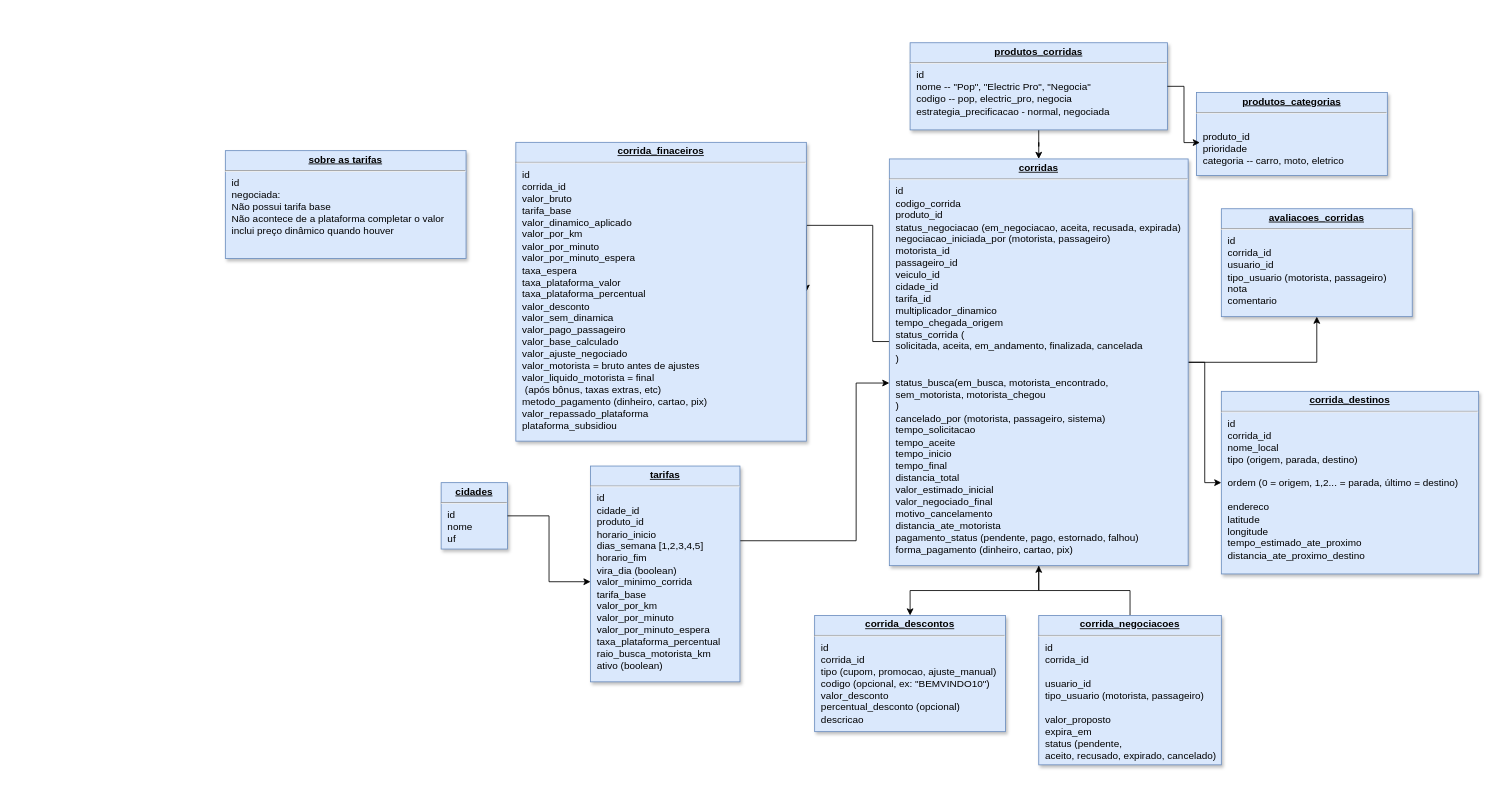
This is page "corridas" (2 of 2) of Diagrama sem nome.drawio from PnA-Publicidade/aplicativo-mobilidade-urbana-backend, a draw.io file, before an edit. Source tidied: cells renumbered, new cells numbered last; positions are measured from the earlier drawing's top-left corner, leaving out a move shared by most shapes. Both pictures are drawn from the tidied source at 83%, with x=0, y=0 at pixel (225, 42).
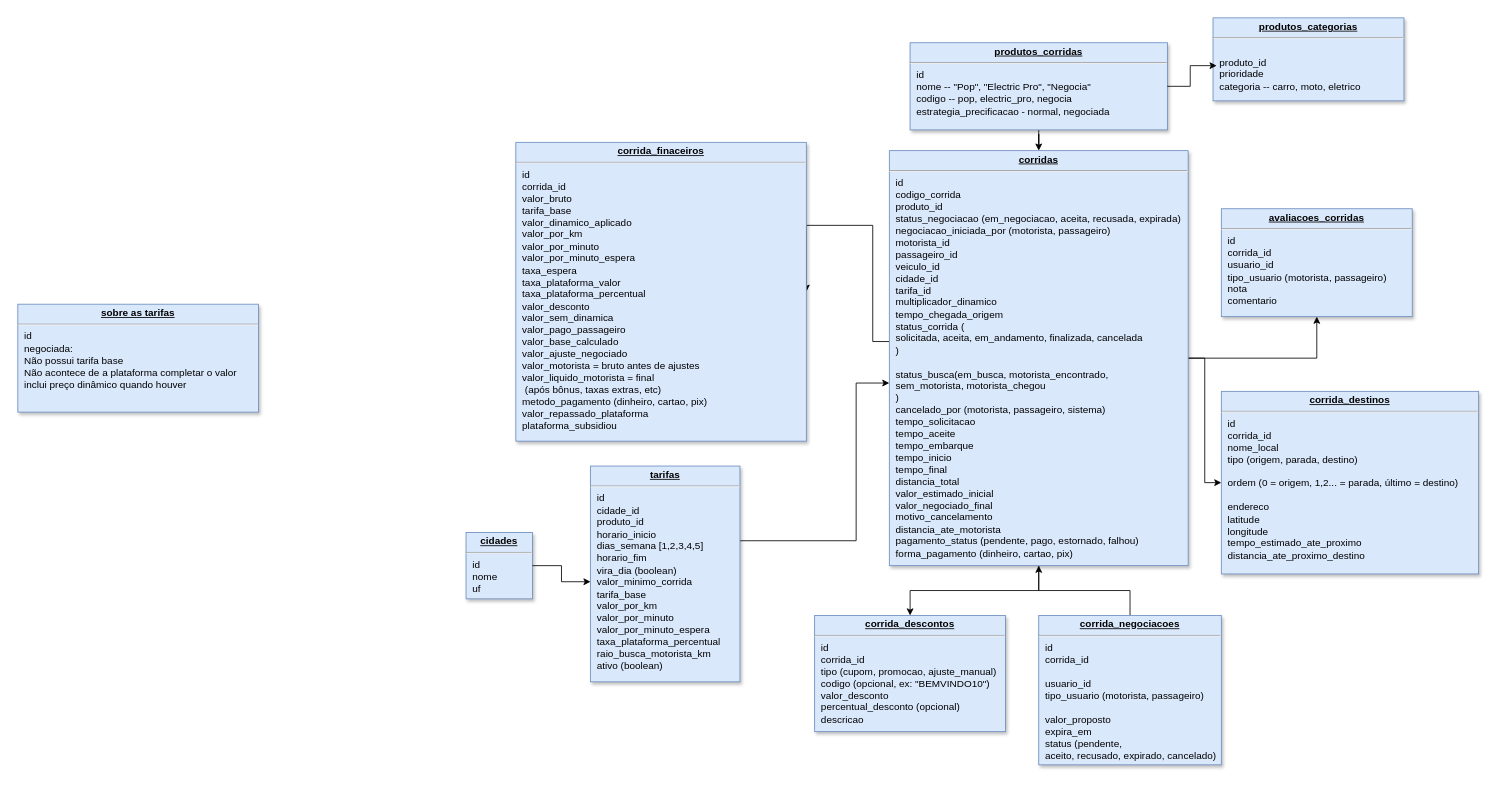
The same page after the edit.

The change refers to these unchanged cells:
```xml
<mxCell id="18" value="&lt;p style=&quot;margin: 0px ; margin-top: 4px ; text-align: center ; text-decoration: underline&quot;&gt;&lt;b&gt;produtos_corridas&lt;/b&gt;&lt;/p&gt;&lt;hr&gt;&lt;p style=&quot;margin: 0px ; margin-left: 8px&quot;&gt;id&lt;/p&gt;&lt;p style=&quot;margin: 0px ; margin-left: 8px&quot;&gt;nome                &lt;span class=&quot;ͼt&quot;&gt;-- &quot;Pop&quot;, &quot;Electric Pro&quot;, &quot;Negocia&quot;&lt;/span&gt;&lt;br&gt;codigo              &lt;span class=&quot;ͼt&quot;&gt;-- pop, electric_pro, negocia&lt;/span&gt;&lt;br&gt;estrategia_precificacao&amp;nbsp;&lt;span class=&quot;ͼt&quot;&gt;- normal, negociada&lt;/span&gt;&lt;br&gt;&lt;br&gt;&lt;br&gt;&lt;/p&gt;" style="verticalAlign=top;align=left;overflow=fill;fontSize=12;fontFamily=Helvetica;html=1;strokeColor=#6c8ebf;shadow=1;fillColor=#dae8fc;" parent="1" vertex="1">
  <mxGeometry x="825" width="310" height="105" as="geometry" />
</mxCell>
```

The edit, as a diff of the source:
```diff
@@
-    <mxCell id="6" value="&lt;p style=&quot;margin: 0px ; margin-top: 4px ; text-align: center ; text-decoration: underline&quot;&gt;&lt;b&gt;corridas&lt;/b&gt;&lt;/p&gt;&lt;hr&gt;&lt;p style=&quot;margin: 0px ; margin-left: 8px&quot;&gt;id&lt;/p&gt;&lt;p style=&quot;margin: 0px ; margin-left: 8px&quot;&gt;codigo_corrida&lt;/p&gt;&lt;p style=&quot;margin: 0px ; margin-left: 8px&quot;&gt;produto_id&lt;/p&gt;&lt;p style=&quot;margin: 0px ; margin-left: 8px&quot;&gt;status_&lt;span style=&quot;background-color: transparent; color: light-dark(rgb(0, 0, 0), rgb(255, 255, 255));&quot;&gt;negociacao&lt;/span&gt;&lt;span style=&quot;background-color: transparent; color: light-dark(rgb(0, 0, 0), rgb(255, 255, 255));&quot;&gt;&amp;nbsp;(em_negociacao, aceita, recusada, expirada)&lt;/span&gt;&lt;/p&gt;&lt;p style=&quot;margin: 0px ; margin-left: 8px&quot;&gt;negociacao_iniciada_por (motorista, passageiro)&lt;/p&gt;&lt;p style=&quot;margin: 0px ; margin-left: 8px&quot;&gt;motorista_id&lt;/p&gt;&lt;p style=&quot;margin: 0px ; margin-left: 8px&quot;&gt;passageiro_id&lt;/p&gt;&lt;p style=&quot;margin: 0px ; margin-left: 8px&quot;&gt;veiculo_id&amp;nbsp;&lt;/p&gt;&lt;p style=&quot;margin: 0px ; margin-left: 8px&quot;&gt;cidade_id&lt;/p&gt;&lt;p style=&quot;margin: 0px ; margin-left: 8px&quot;&gt;tarifa_id&lt;/p&gt;&lt;p style=&quot;margin: 0px ; margin-left: 8px&quot;&gt;multiplicador_dinamico&lt;/p&gt;&lt;p style=&quot;margin: 0px ; margin-left: 8px&quot;&gt;tempo_chegada_origem&lt;/p&gt;&lt;p style=&quot;margin: 0px ; margin-left: 8px&quot;&gt;status_&lt;span style=&quot;background-color: transparent; color: light-dark(rgb(0, 0, 0), rgb(255, 255, 255));&quot;&gt;corrida&lt;/span&gt;&lt;span style=&quot;background-color: transparent; color: light-dark(rgb(0, 0, 0), rgb(255, 255, 255));&quot;&gt;&amp;nbsp;(&lt;/span&gt;&lt;/p&gt;&lt;p style=&quot;margin: 0px ; margin-left: 8px&quot;&gt;solicitada, aceita, em_andamento, finalizada, cancelada&lt;/p&gt;&lt;p style=&quot;margin: 0px ; margin-left: 8px&quot;&gt;)&lt;/p&gt;&lt;p style=&quot;margin: 0px ; margin-left: 8px&quot;&gt;&lt;br&gt;&lt;/p&gt;&lt;p style=&quot;margin: 0px 0px 0px 8px;&quot;&gt;status_busca&lt;span style=&quot;background-color: transparent; color: light-dark(rgb(0, 0, 0), rgb(255, 255, 255));&quot;&gt;(&lt;/span&gt;&lt;span style=&quot;background-color: transparent; color: light-dark(rgb(0, 0, 0), rgb(255, 255, 255));&quot;&gt;em_busca,&amp;nbsp;&lt;/span&gt;&lt;span style=&quot;background-color: transparent; color: light-dark(rgb(0, 0, 0), rgb(255, 255, 255));&quot;&gt;motorista_encontrado,&lt;/span&gt;&lt;span style=&quot;background-color: transparent; color: light-dark(rgb(0, 0, 0), rgb(255, 255, 255));&quot;&gt;&amp;nbsp;&lt;/span&gt;&lt;/p&gt;&lt;p style=&quot;margin: 0px 0px 0px 8px;&quot;&gt;&lt;span style=&quot;background-color: transparent; color: light-dark(rgb(0, 0, 0), rgb(255, 255, 255));&quot;&gt;sem_motorista,&amp;nbsp;&lt;/span&gt;&lt;span style=&quot;background-color: transparent; color: light-dark(rgb(0, 0, 0), rgb(255, 255, 255));&quot;&gt;motorista_chegou&lt;/span&gt;&lt;/p&gt;&lt;p style=&quot;margin: 0px 0px 0px 8px;&quot;&gt;&lt;span style=&quot;background-color: transparent; color: light-dark(rgb(0, 0, 0), rgb(255, 255, 255));&quot;&gt;)&lt;/span&gt;&lt;/p&gt;&lt;p style=&quot;margin: 0px ; margin-left: 8px&quot;&gt;cancelado_por (motorista, passageiro, sistema)&lt;/p&gt;&lt;p style=&quot;margin: 0px ; margin-left: 8px&quot;&gt;tempo_solicitacao&lt;/p&gt;&lt;p style=&quot;margin: 0px ; margin-left: 8px&quot;&gt;tempo_aceite&lt;/p&gt;&lt;p style=&quot;margin: 0px ; margin-left: 8px&quot;&gt;tempo_inicio&lt;/p&gt;&lt;p style=&quot;margin: 0px ; margin-left: 8px&quot;&gt;tempo_final&lt;/p&gt;&lt;p style=&quot;margin: 0px ; margin-left: 8px&quot;&gt;distancia_total&lt;/p&gt;&lt;p style=&quot;margin: 0px ; margin-left: 8px&quot;&gt;valor_estimado_inicial&lt;/p&gt;&lt;p style=&quot;margin: 0px ; margin-left: 8px&quot;&gt;valor_negociado_final&lt;/p&gt;&lt;p style=&quot;margin: 0px ; margin-left: 8px&quot;&gt;motivo_cancelamento&lt;/p&gt;&lt;p style=&quot;margin: 0px ; margin-left: 8px&quot;&gt;distancia_ate_motorista&lt;/p&gt;&lt;p style=&quot;margin: 0px ; margin-left: 8px&quot;&gt;pagamento_status (pendente, pago, estornado, falhou)&lt;/p&gt;&lt;p style=&quot;margin: 0px ; margin-left: 8px&quot;&gt;forma_pagamento (dinheiro, cartao, pix)&lt;/p&gt;" style="verticalAlign=top;align=left;overflow=fill;fontSize=12;fontFamily=Helvetica;html=1;strokeColor=#6c8ebf;shadow=1;fillColor=#dae8fc;" parent="1" vertex="1">
-      <mxGeometry x="800" y="140" width="360" height="490" as="geometry" />
+    <mxCell id="6" value="&lt;p style=&quot;margin: 0px ; margin-top: 4px ; text-align: center ; text-decoration: underline&quot;&gt;&lt;b&gt;corridas&lt;/b&gt;&lt;/p&gt;&lt;hr&gt;&lt;p style=&quot;margin: 0px ; margin-left: 8px&quot;&gt;id&lt;/p&gt;&lt;p style=&quot;margin: 0px ; margin-left: 8px&quot;&gt;codigo_corrida&lt;/p&gt;&lt;p style=&quot;margin: 0px ; margin-left: 8px&quot;&gt;produto_id&lt;/p&gt;&lt;p style=&quot;margin: 0px ; margin-left: 8px&quot;&gt;status_&lt;span style=&quot;background-color: transparent; color: light-dark(rgb(0, 0, 0), rgb(255, 255, 255));&quot;&gt;negociacao&lt;/span&gt;&lt;span style=&quot;background-color: transparent; color: light-dark(rgb(0, 0, 0), rgb(255, 255, 255));&quot;&gt;&amp;nbsp;(em_negociacao, aceita, recusada, expirada)&lt;/span&gt;&lt;/p&gt;&lt;p style=&quot;margin: 0px ; margin-left: 8px&quot;&gt;negociacao_iniciada_por (motorista, passageiro)&lt;/p&gt;&lt;p style=&quot;margin: 0px ; margin-left: 8px&quot;&gt;motorista_id&lt;/p&gt;&lt;p style=&quot;margin: 0px ; margin-left: 8px&quot;&gt;passageiro_id&lt;/p&gt;&lt;p style=&quot;margin: 0px ; margin-left: 8px&quot;&gt;veiculo_id&amp;nbsp;&lt;/p&gt;&lt;p style=&quot;margin: 0px ; margin-left: 8px&quot;&gt;cidade_id&lt;/p&gt;&lt;p style=&quot;margin: 0px ; margin-left: 8px&quot;&gt;tarifa_id&lt;/p&gt;&lt;p style=&quot;margin: 0px ; margin-left: 8px&quot;&gt;multiplicador_dinamico&lt;/p&gt;&lt;p style=&quot;margin: 0px ; margin-left: 8px&quot;&gt;tempo_chegada_origem&lt;/p&gt;&lt;p style=&quot;margin: 0px ; margin-left: 8px&quot;&gt;status_&lt;span style=&quot;background-color: transparent; color: light-dark(rgb(0, 0, 0), rgb(255, 255, 255));&quot;&gt;corrida&lt;/span&gt;&lt;span style=&quot;background-color: transparent; color: light-dark(rgb(0, 0, 0), rgb(255, 255, 255));&quot;&gt;&amp;nbsp;(&lt;/span&gt;&lt;/p&gt;&lt;p style=&quot;margin: 0px ; margin-left: 8px&quot;&gt;solicitada, aceita, em_andamento, finalizada, cancelada&lt;/p&gt;&lt;p style=&quot;margin: 0px ; margin-left: 8px&quot;&gt;)&lt;/p&gt;&lt;p style=&quot;margin: 0px ; margin-left: 8px&quot;&gt;&lt;br&gt;&lt;/p&gt;&lt;p style=&quot;margin: 0px 0px 0px 8px;&quot;&gt;status_busca&lt;span style=&quot;background-color: transparent; color: light-dark(rgb(0, 0, 0), rgb(255, 255, 255));&quot;&gt;(&lt;/span&gt;&lt;span style=&quot;background-color: transparent; color: light-dark(rgb(0, 0, 0), rgb(255, 255, 255));&quot;&gt;em_busca,&amp;nbsp;&lt;/span&gt;&lt;span style=&quot;background-color: transparent; color: light-dark(rgb(0, 0, 0), rgb(255, 255, 255));&quot;&gt;motorista_encontrado,&lt;/span&gt;&lt;span style=&quot;background-color: transparent; color: light-dark(rgb(0, 0, 0), rgb(255, 255, 255));&quot;&gt;&amp;nbsp;&lt;/span&gt;&lt;/p&gt;&lt;p style=&quot;margin: 0px 0px 0px 8px;&quot;&gt;&lt;span style=&quot;background-color: transparent; color: light-dark(rgb(0, 0, 0), rgb(255, 255, 255));&quot;&gt;sem_motorista,&amp;nbsp;&lt;/span&gt;&lt;span style=&quot;background-color: transparent; color: light-dark(rgb(0, 0, 0), rgb(255, 255, 255));&quot;&gt;motorista_chegou&lt;/span&gt;&lt;/p&gt;&lt;p style=&quot;margin: 0px 0px 0px 8px;&quot;&gt;&lt;span style=&quot;background-color: transparent; color: light-dark(rgb(0, 0, 0), rgb(255, 255, 255));&quot;&gt;)&lt;/span&gt;&lt;/p&gt;&lt;p style=&quot;margin: 0px ; margin-left: 8px&quot;&gt;cancelado_por (motorista, passageiro, sistema)&lt;/p&gt;&lt;p style=&quot;margin: 0px ; margin-left: 8px&quot;&gt;tempo_solicitacao&lt;/p&gt;&lt;p style=&quot;margin: 0px ; margin-left: 8px&quot;&gt;tempo_aceite&lt;/p&gt;&lt;p style=&quot;margin: 0px ; margin-left: 8px&quot;&gt;tempo_embarque&lt;/p&gt;&lt;p style=&quot;margin: 0px ; margin-left: 8px&quot;&gt;tempo_inicio&lt;/p&gt;&lt;p style=&quot;margin: 0px ; margin-left: 8px&quot;&gt;tempo_final&lt;/p&gt;&lt;p style=&quot;margin: 0px ; margin-left: 8px&quot;&gt;distancia_total&lt;/p&gt;&lt;p style=&quot;margin: 0px ; margin-left: 8px&quot;&gt;valor_estimado_inicial&lt;/p&gt;&lt;p style=&quot;margin: 0px ; margin-left: 8px&quot;&gt;valor_negociado_final&lt;/p&gt;&lt;p style=&quot;margin: 0px ; margin-left: 8px&quot;&gt;motivo_cancelamento&lt;/p&gt;&lt;p style=&quot;margin: 0px ; margin-left: 8px&quot;&gt;distancia_ate_motorista&lt;/p&gt;&lt;p style=&quot;margin: 0px ; margin-left: 8px&quot;&gt;pagamento_status (pendente, pago, estornado, falhou)&lt;/p&gt;&lt;p style=&quot;margin: 0px ; margin-left: 8px&quot;&gt;forma_pagamento (dinheiro, cartao, pix)&lt;/p&gt;" style="verticalAlign=top;align=left;overflow=fill;fontSize=12;fontFamily=Helvetica;html=1;strokeColor=#6c8ebf;shadow=1;fillColor=#dae8fc;" parent="1" vertex="1">
+      <mxGeometry x="800" y="130" width="360" height="500" as="geometry" />
     </mxCell>
@@
     <mxCell id="12" value="&lt;p style=&quot;margin: 0px ; margin-top: 4px ; text-align: center ; text-decoration: underline&quot;&gt;&lt;b&gt;cidades&lt;/b&gt;&lt;/p&gt;&lt;hr&gt;&lt;p style=&quot;margin: 0px ; margin-left: 8px&quot;&gt;id&lt;/p&gt;&lt;p style=&quot;margin: 0px ; margin-left: 8px&quot;&gt;&lt;span style=&quot;background-color: transparent; color: light-dark(rgb(0, 0, 0), rgb(255, 255, 255));&quot;&gt;nome&lt;/span&gt;&lt;/p&gt;&lt;p style=&quot;margin: 0px ; margin-left: 8px&quot;&gt;uf&lt;/p&gt;&lt;div&gt;&lt;br&gt;&lt;/div&gt;" style="verticalAlign=top;align=left;overflow=fill;fontSize=12;fontFamily=Helvetica;html=1;strokeColor=#6c8ebf;shadow=1;fillColor=#dae8fc;" parent="1" vertex="1">
-      <mxGeometry x="260" y="530" width="80" height="80" as="geometry" />
+      <mxGeometry x="290" y="590" width="80" height="80" as="geometry" />
     </mxCell>
@@
     <mxCell id="14" value="&lt;p style=&quot;margin: 0px ; margin-top: 4px ; text-align: center ; text-decoration: underline&quot;&gt;&lt;b&gt;sobre as tarifas&lt;/b&gt;&lt;/p&gt;&lt;hr&gt;&lt;p style=&quot;margin: 0px ; margin-left: 8px&quot;&gt;id&lt;/p&gt;&lt;p style=&quot;margin: 0px ; margin-left: 8px&quot;&gt;negociada:&lt;br&gt;Não possui tarifa base&lt;br&gt;Não acontece de a plataforma completar o valor&lt;/p&gt;&lt;p style=&quot;margin: 0px ; margin-left: 8px&quot;&gt;inclui preço dinâmico quando houver&lt;/p&gt;" style="verticalAlign=top;align=left;overflow=fill;fontSize=12;fontFamily=Helvetica;html=1;strokeColor=#6c8ebf;shadow=1;fillColor=#dae8fc;" parent="1" vertex="1">
-      <mxGeometry y="130" width="290" height="130" as="geometry" />
+      <mxGeometry x="-250" y="315" width="290" height="130" as="geometry" />
     </mxCell>
@@
     <mxCell id="19" value="&lt;p style=&quot;margin: 0px ; margin-top: 4px ; text-align: center ; text-decoration: underline&quot;&gt;&lt;b&gt;produtos_categorias&lt;/b&gt;&lt;/p&gt;&lt;hr&gt;&lt;p style=&quot;margin: 0px ; margin-left: 8px&quot;&gt;&lt;br&gt;&lt;/p&gt;&lt;p style=&quot;margin: 0px ; margin-left: 8px&quot;&gt;produto_id&lt;/p&gt;&lt;p style=&quot;margin: 0px ; margin-left: 8px&quot;&gt;prioridade&lt;/p&gt;&lt;p style=&quot;margin: 0px ; margin-left: 8px&quot;&gt;categoria -- carro, moto, eletrico&lt;/p&gt;" style="verticalAlign=top;align=left;overflow=fill;fontSize=12;fontFamily=Helvetica;html=1;strokeColor=#6c8ebf;shadow=1;fillColor=#dae8fc;" parent="1" vertex="1">
-      <mxGeometry x="1170" y="60" width="230" height="100" as="geometry" />
+      <mxGeometry x="1190" y="-30" width="230" height="100" as="geometry" />
     </mxCell>
+    <mxCell id="21" value="&lt;p style=&quot;margin: 0px ; margin-top: 4px ; text-align: center ; text-decoration: underline&quot;&gt;&lt;b&gt;avaliacoes_corridas&lt;/b&gt;&lt;/p&gt;&lt;hr&gt;&lt;p style=&quot;margin: 0px ; margin-left: 8px&quot;&gt;id&lt;/p&gt;&lt;p style=&quot;margin: 0px ; margin-left: 8px&quot;&gt;corrida_id&lt;/p&gt;&lt;p style=&quot;margin: 0px 0px 0px 8px;&quot;&gt;usuario_id&lt;/p&gt;&lt;p style=&quot;margin: 0px 0px 0px 8px;&quot;&gt;tipo_usuario (motorista, passageiro)&lt;/p&gt;&lt;p style=&quot;margin: 0px ; margin-left: 8px&quot;&gt;nota&lt;/p&gt;&lt;p style=&quot;margin: 0px ; margin-left: 8px&quot;&gt;comentario&lt;/p&gt;" style="verticalAlign=top;align=left;overflow=fill;fontSize=12;fontFamily=Helvetica;html=1;strokeColor=#6c8ebf;shadow=1;fillColor=#dae8fc;" parent="1" vertex="1">
+      <mxGeometry x="1200" y="200" width="230" height="130" as="geometry" />
+    </mxCell>
-    <mxCell id="20" style="edgeStyle=orthogonalEdgeStyle;rounded=0;jettySize=auto;html=1;entryX=0.018;entryY=0.603;entryDx=0;entryDy=0;entryPerimeter=0;" parent="1" edge="1" source="18" target="19">
+    <mxCell id="20" style="edgeStyle=orthogonalEdgeStyle;rounded=0;jettySize=auto;html=1;entryX=0.019;entryY=0.576;entryDx=0;entryDy=0;entryPerimeter=0;" parent="1" edge="1" source="18" target="19">
       <mxGeometry relative="1" as="geometry" />
     </mxCell>
-    <mxCell id="21" value="&lt;p style=&quot;margin: 0px ; margin-top: 4px ; text-align: center ; text-decoration: underline&quot;&gt;&lt;b&gt;avaliacoes_corridas&lt;/b&gt;&lt;/p&gt;&lt;hr&gt;&lt;p style=&quot;margin: 0px ; margin-left: 8px&quot;&gt;id&lt;/p&gt;&lt;p style=&quot;margin: 0px ; margin-left: 8px&quot;&gt;corrida_id&lt;/p&gt;&lt;p style=&quot;margin: 0px 0px 0px 8px;&quot;&gt;usuario_id&lt;/p&gt;&lt;p style=&quot;margin: 0px 0px 0px 8px;&quot;&gt;tipo_usuario (motorista, passageiro)&lt;/p&gt;&lt;p style=&quot;margin: 0px ; margin-left: 8px&quot;&gt;nota&lt;/p&gt;&lt;p style=&quot;margin: 0px ; margin-left: 8px&quot;&gt;comentario&lt;/p&gt;" style="verticalAlign=top;align=left;overflow=fill;fontSize=12;fontFamily=Helvetica;html=1;strokeColor=#6c8ebf;shadow=1;fillColor=#dae8fc;" parent="1" vertex="1">
-      <mxGeometry x="1200" y="200" width="230" height="130" as="geometry" />
-    </mxCell>
```
